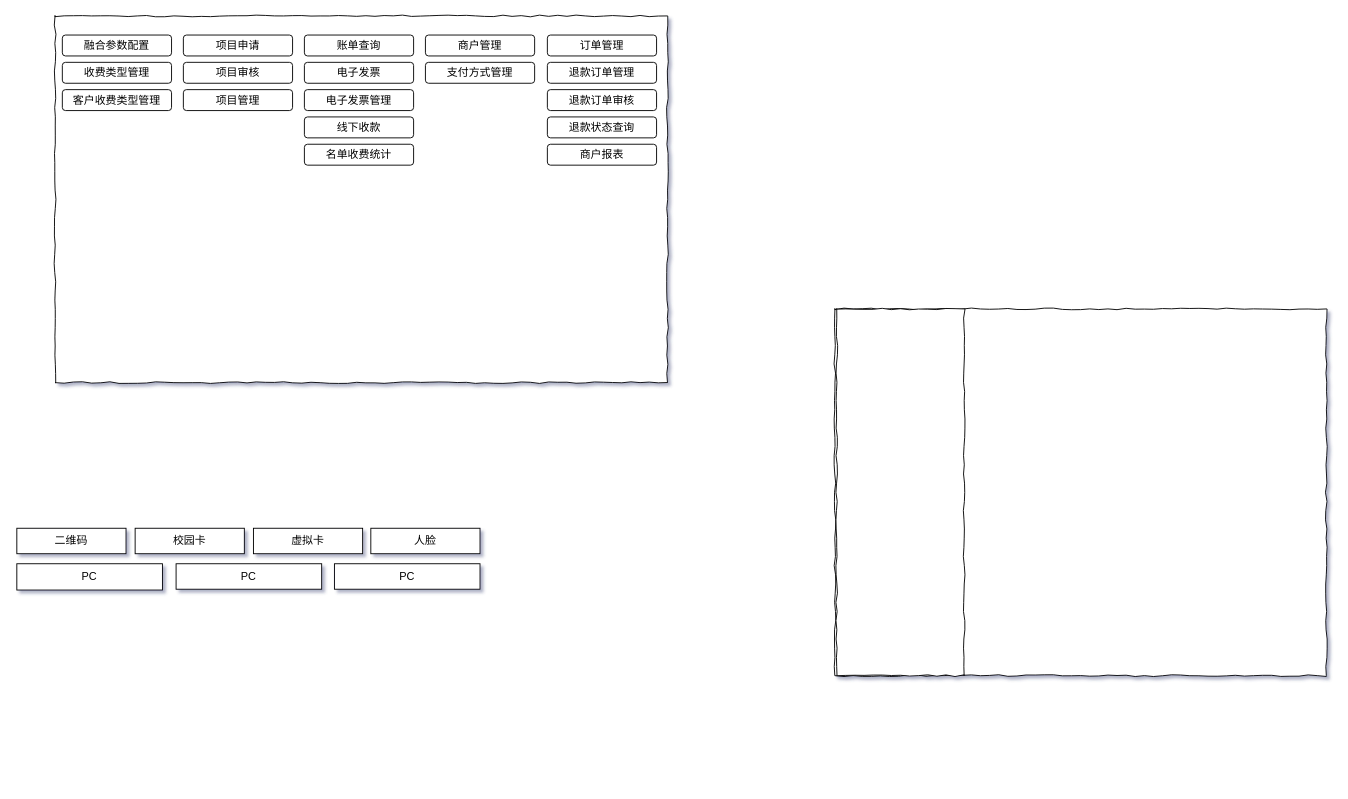
ifelsewang/draw keeps this draw.io diagram as v8+融合收入.drawio. Above is the earlier version. Source tidied: cells renumbered, new cells numbered last; positions are measured from the earlier drawing's top-left corner, leaving out a move shared by most shapes. Both pictures are drawn from the tidied source at 91%, with x=0, y=0 at pixel (16, 15).
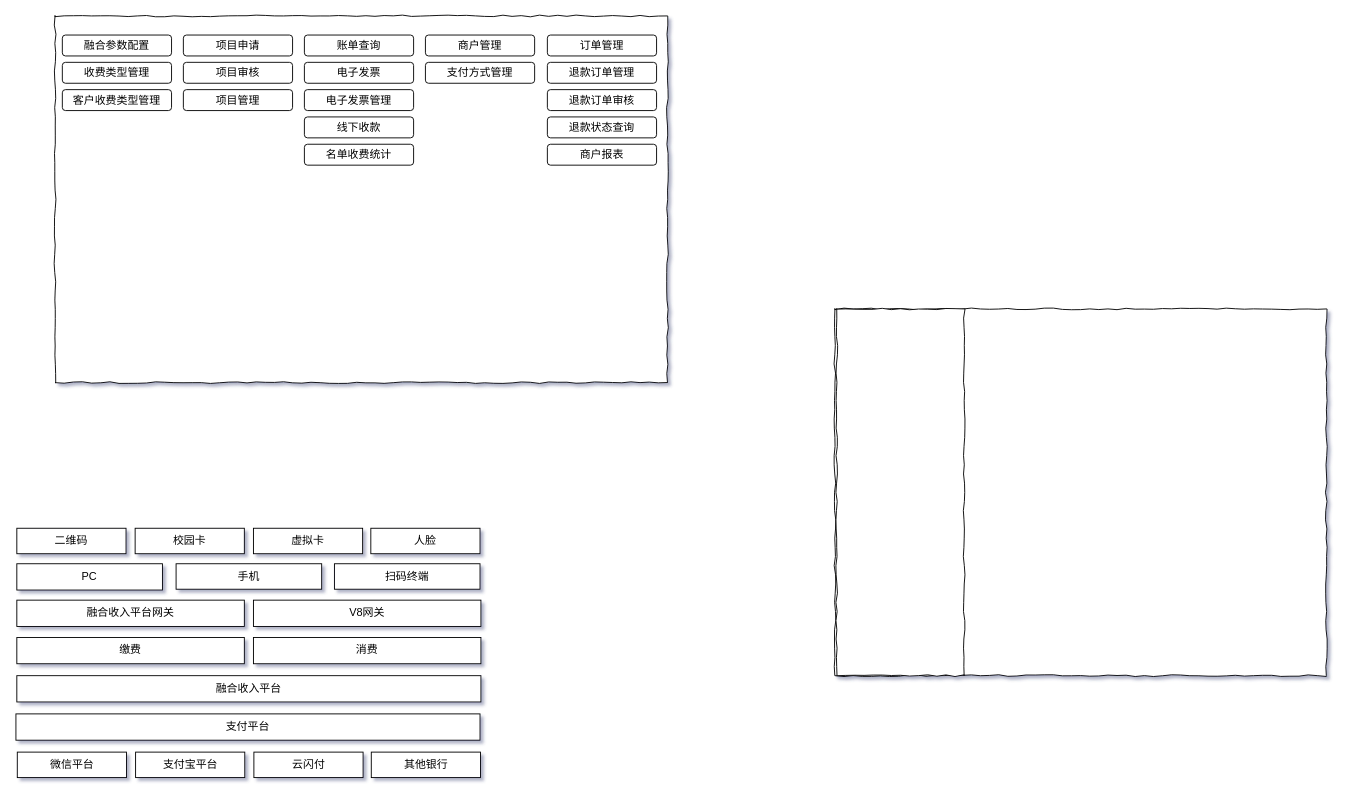
Above is the later version.

Commit message (it also covers changes not shown here):
更新v8+融合收入.drawio

What changed in the source:
```diff
@@
-    <mxCell id="28" value="PC" style="rounded=0;whiteSpace=wrap;html=1;comic=0;jiggle=2;strokeWidth=1;" parent="1" vertex="1">
+    <mxCell id="28" value="手机" style="rounded=0;whiteSpace=wrap;html=1;comic=0;jiggle=2;strokeWidth=1;" parent="1" vertex="1">
       <mxGeometry x="175" y="602" width="160" height="28" as="geometry" />
     </mxCell>
-    <mxCell id="29" value="PC" style="rounded=0;whiteSpace=wrap;html=1;comic=0;jiggle=2;strokeWidth=1;" parent="1" vertex="1">
+    <mxCell id="29" value="扫码终端" style="rounded=0;whiteSpace=wrap;html=1;comic=0;jiggle=2;strokeWidth=1;" parent="1" vertex="1">
       <mxGeometry x="349" y="602" width="160" height="28" as="geometry" />
     </mxCell>
+    <mxCell id="30" value="融合收入平台网关" style="rounded=0;whiteSpace=wrap;html=1;comic=0;jiggle=2;strokeWidth=1;" parent="1" vertex="1">
+      <mxGeometry y="642" width="250" height="28.9" as="geometry" />
+    </mxCell>
+    <mxCell id="31" value="V8网关" style="rounded=0;whiteSpace=wrap;html=1;comic=0;jiggle=2;strokeWidth=1;" parent="1" vertex="1">
+      <mxGeometry x="260" y="642" width="250" height="28.9" as="geometry" />
+    </mxCell>
+    <mxCell id="32" value="缴费" style="rounded=0;whiteSpace=wrap;html=1;comic=0;jiggle=2;strokeWidth=1;" parent="1" vertex="1">
+      <mxGeometry y="683" width="250" height="28.9" as="geometry" />
+    </mxCell>
+    <mxCell id="33" value="消费" style="rounded=0;whiteSpace=wrap;html=1;comic=0;jiggle=2;strokeWidth=1;" parent="1" vertex="1">
+      <mxGeometry x="260" y="683" width="250" height="28.9" as="geometry" />
+    </mxCell>
+    <mxCell id="34" value="融合收入平台" style="rounded=0;whiteSpace=wrap;html=1;comic=0;jiggle=2;strokeWidth=1;" parent="1" vertex="1">
+      <mxGeometry y="725" width="510" height="28.9" as="geometry" />
+    </mxCell>
+    <mxCell id="35" value="支付平台" style="rounded=0;whiteSpace=wrap;html=1;comic=0;jiggle=2;strokeWidth=1;" parent="1" vertex="1">
+      <mxGeometry x="-1" y="767" width="510" height="28.9" as="geometry" />
+    </mxCell>
+    <mxCell id="36" value="微信平台" style="rounded=0;whiteSpace=wrap;html=1;comic=0;jiggle=2;strokeWidth=1;" parent="1" vertex="1">
+      <mxGeometry x="0.5" y="809" width="120" height="28" as="geometry" />
+    </mxCell>
+    <mxCell id="37" value="支付宝平台" style="rounded=0;whiteSpace=wrap;html=1;comic=0;jiggle=2;strokeWidth=1;" parent="1" vertex="1">
+      <mxGeometry x="130.5" y="809" width="120" height="28" as="geometry" />
+    </mxCell>
+    <mxCell id="38" value="云闪付" style="rounded=0;whiteSpace=wrap;html=1;comic=0;jiggle=2;strokeWidth=1;" parent="1" vertex="1">
+      <mxGeometry x="260.5" y="809" width="120" height="28" as="geometry" />
+    </mxCell>
+    <mxCell id="39" value="其他银行" style="rounded=0;whiteSpace=wrap;html=1;comic=0;jiggle=2;strokeWidth=1;" parent="1" vertex="1">
+      <mxGeometry x="389.5" y="809" width="120" height="28" as="geometry" />
+    </mxCell>
```
